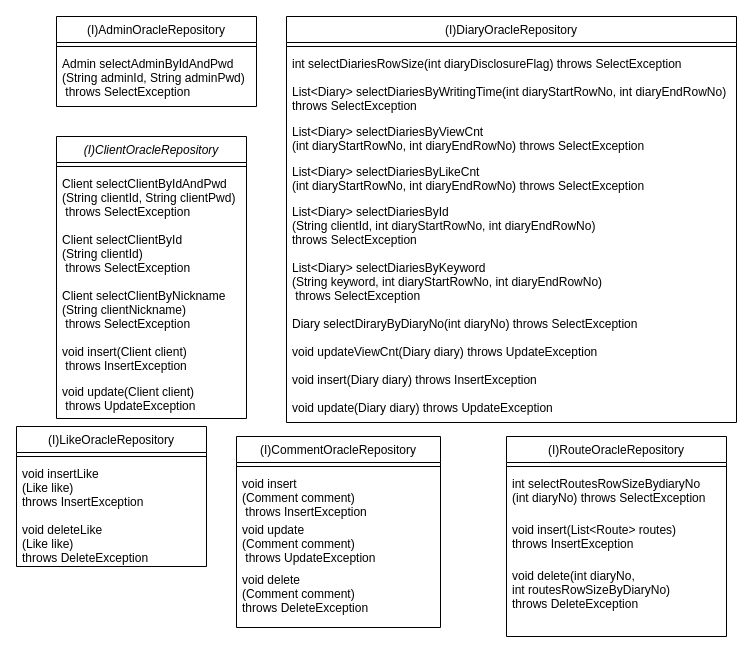
Earlier version of the draw.io diagram document/repository_class_diagram.drawio (RouteDiary/route-diary). Source tidied: cells renumbered, new cells numbered last; positions are measured from the earlier drawing's top-left corner, leaving out a move shared by most shapes. Both pictures are drawn from the tidied source at 100%, with x=0, y=0 at pixel (16, 16).
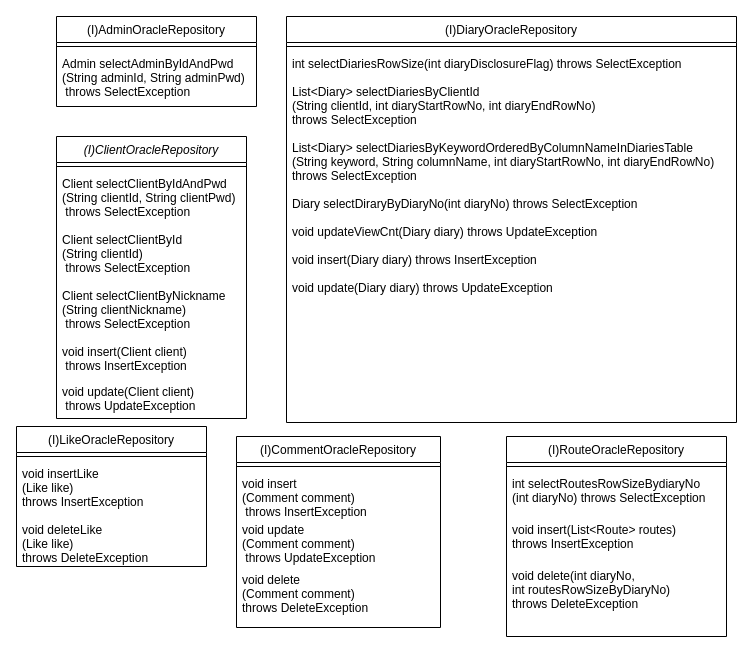
Above is the later version.

Unchanged cells that the change refers to:
```xml
<mxCell id="9" value="(I)DiaryOracleRepository" style="swimlane;fontStyle=0;align=center;verticalAlign=top;horizontal=1;startSize=26;rounded=0;shadow=0;strokeWidth=1;" parent="1" vertex="1">
  <mxGeometry x="270" width="450" height="406" as="geometry" />
</mxCell>
```

The edit, as a diff of the source:
```diff
@@
-    <mxCell id="12" value="List&lt;Diary&gt; selectDiariesByWritingTime(int diaryStartRowNo, int diaryEndRowNo) &#10;throws SelectException" style="text;align=left;verticalAlign=top;spacingLeft=4;spacingRight=4;overflow=hidden;" parent="9" vertex="1">
-      <mxGeometry y="62" width="450" height="40" as="geometry" />
-    </mxCell>
-    <mxCell id="13" value="List&lt;Diary&gt; selectDiariesByViewCnt&#10;(int diaryStartRowNo, int diaryEndRowNo) throws SelectException" style="text;align=left;verticalAlign=top;spacingLeft=4;spacingRight=4;overflow=hidden;" parent="9" vertex="1">
-      <mxGeometry y="102" width="450" height="40" as="geometry" />
-    </mxCell>
-    <mxCell id="14" value="List&lt;Diary&gt; selectDiariesByLikeCnt&#10;(int diaryStartRowNo, int diaryEndRowNo) throws SelectException" style="text;align=left;verticalAlign=top;spacingLeft=4;spacingRight=4;overflow=hidden;" parent="9" vertex="1">
-      <mxGeometry y="142" width="450" height="40" as="geometry" />
-    </mxCell>
-    <mxCell id="15" value="List&lt;Diary&gt; selectDiariesById&#10;(String clientId, int diaryStartRowNo, int diaryEndRowNo)&#10;throws SelectException" style="text;align=left;verticalAlign=top;spacingLeft=4;spacingRight=4;overflow=hidden;" parent="9" vertex="1">
-      <mxGeometry y="182" width="450" height="56" as="geometry" />
+    <mxCell id="15" value="List&lt;Diary&gt; selectDiariesByClientId&#10;(String clientId, int diaryStartRowNo, int diaryEndRowNo)&#10;throws SelectException" style="text;align=left;verticalAlign=top;spacingLeft=4;spacingRight=4;overflow=hidden;" parent="9" vertex="1">
+      <mxGeometry y="62" width="450" height="56" as="geometry" />
     </mxCell>
-    <mxCell id="16" value="List&lt;Diary&gt; selectDiariesByKeyword&#10;(String keyword, int diaryStartRowNo, int diaryEndRowNo)&#10; throws SelectException" style="text;align=left;verticalAlign=top;spacingLeft=4;spacingRight=4;overflow=hidden;" parent="9" vertex="1">
-      <mxGeometry y="238" width="450" height="56" as="geometry" />
+    <mxCell id="16" value="List&lt;Diary&gt; selectDiariesByKeywordOrderedByColumnNameInDiariesTable&#10;(String keyword, String columnName, int diaryStartRowNo, int diaryEndRowNo) &#10;throws SelectException" style="text;align=left;verticalAlign=top;spacingLeft=4;spacingRight=4;overflow=hidden;" parent="9" vertex="1">
+      <mxGeometry y="118" width="450" height="56" as="geometry" />
     </mxCell>
     <mxCell id="17" value="Diary selectDiraryByDiaryNo(int diaryNo) throws SelectException" style="text;align=left;verticalAlign=top;spacingLeft=4;spacingRight=4;overflow=hidden;" parent="9" vertex="1">
-      <mxGeometry y="294" width="450" height="28" as="geometry" />
+      <mxGeometry y="174" width="450" height="28" as="geometry" />
     </mxCell>
     <mxCell id="18" value="void updateViewCnt(Diary diary) throws UpdateException" style="text;align=left;verticalAlign=top;spacingLeft=4;spacingRight=4;overflow=hidden;" parent="9" vertex="1">
-      <mxGeometry y="322" width="450" height="28" as="geometry" />
+      <mxGeometry y="202" width="450" height="28" as="geometry" />
     </mxCell>
     <mxCell id="19" value="void insert(Diary diary) throws InsertException" style="text;align=left;verticalAlign=top;spacingLeft=4;spacingRight=4;overflow=hidden;" parent="9" vertex="1">
-      <mxGeometry y="350" width="450" height="28" as="geometry" />
+      <mxGeometry y="230" width="450" height="28" as="geometry" />
     </mxCell>
     <mxCell id="20" value="void update(Diary diary) throws UpdateException" style="text;align=left;verticalAlign=top;spacingLeft=4;spacingRight=4;overflow=hidden;" parent="9" vertex="1">
-      <mxGeometry y="378" width="450" height="28" as="geometry" />
+      <mxGeometry y="258" width="450" height="28" as="geometry" />
     </mxCell>
```
